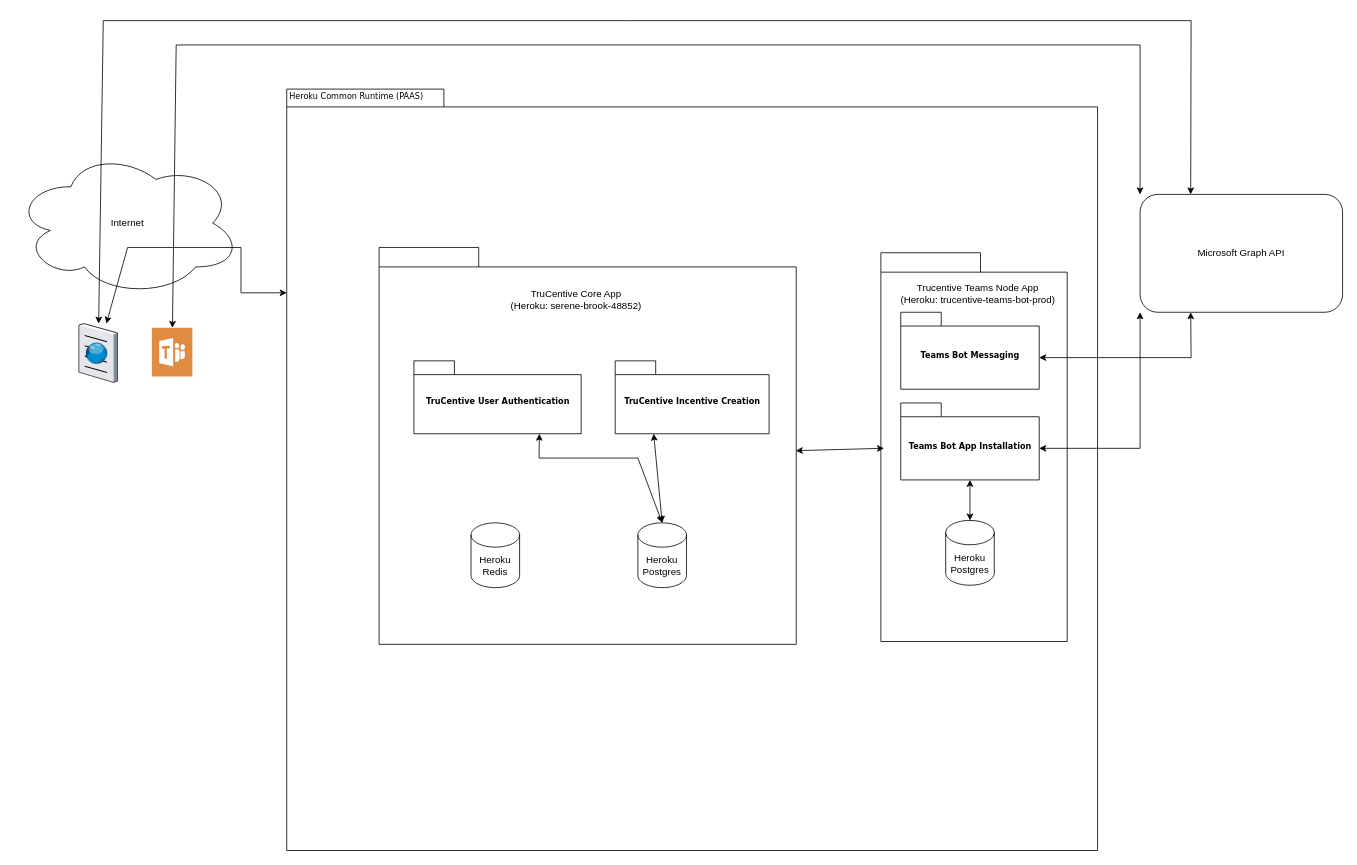
Before: source/TruCentiveTeamsArchitecture.drawio in trucentive/payette-api, a draw.io diagram. Source tidied: cells renumbered, new cells numbered last; positions are measured from the earlier drawing's top-left corner, leaving out a move shared by most shapes. Both pictures are drawn from the tidied source at 81%, with x=0, y=0 at pixel (14, 20).
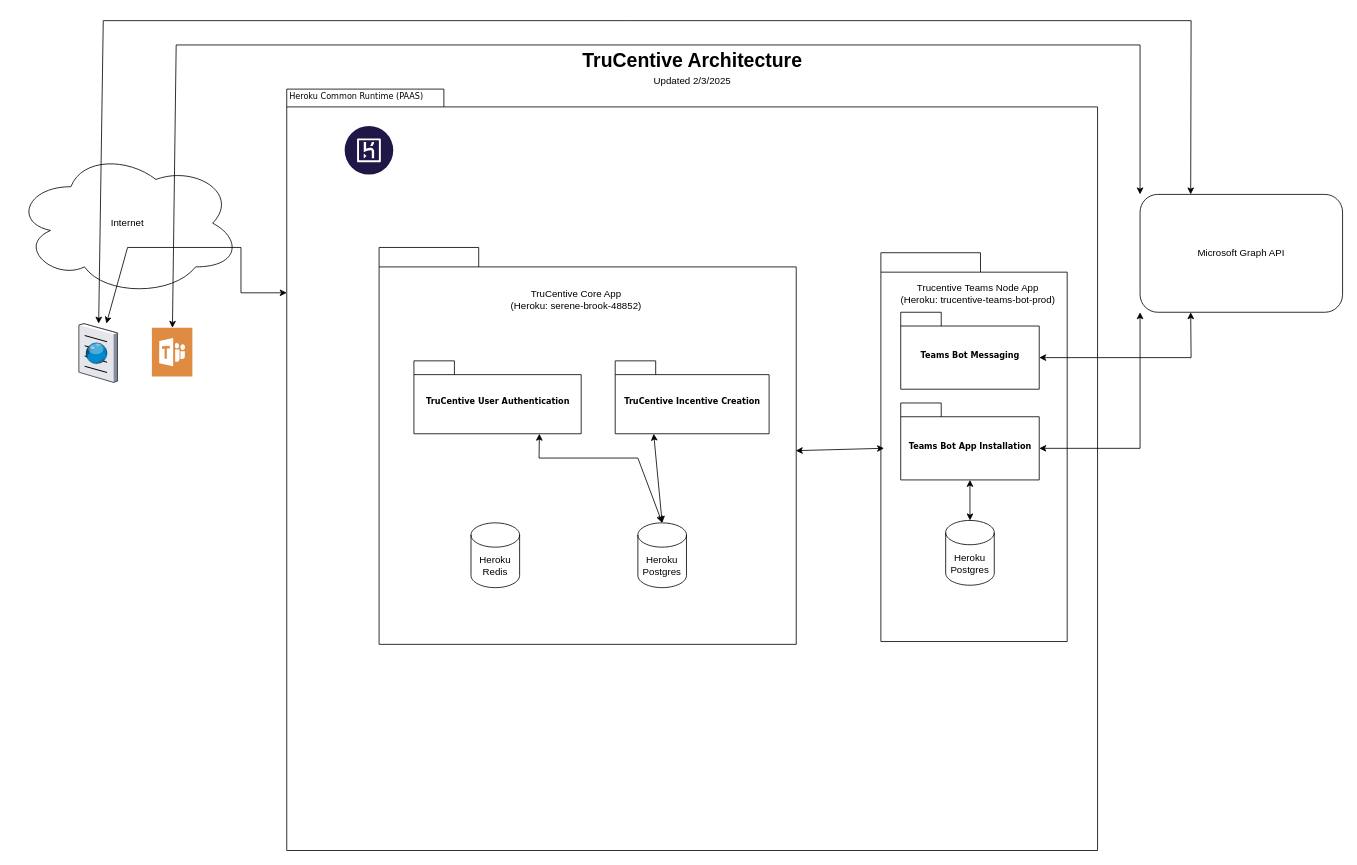
The same page after the edit.

Diff of the diagram source:
```diff
@@
+    <mxCell id="30" style="verticalLabelPosition=bottom;html=1;shape=mxgraph.salesforce.heroku2;" parent="1" vertex="1">
+      <mxGeometry x="408" y="130" width="60" height="60" as="geometry" />
+    </mxCell>
+    <mxCell id="31" value="TruCentive Architecture" style="text;strokeColor=none;fillColor=none;html=1;fontSize=24;fontStyle=1;verticalAlign=middle;align=center;" parent="1" vertex="1">
+      <mxGeometry x="787" y="30" width="100" height="40" as="geometry" />
+    </mxCell>
+    <mxCell id="32" value="Updated 2/3/2025" style="text;html=1;align=center;verticalAlign=middle;whiteSpace=wrap;rounded=0;" parent="1" vertex="1">
+      <mxGeometry x="770.5" y="60" width="133" height="30" as="geometry" />
+    </mxCell>
```
